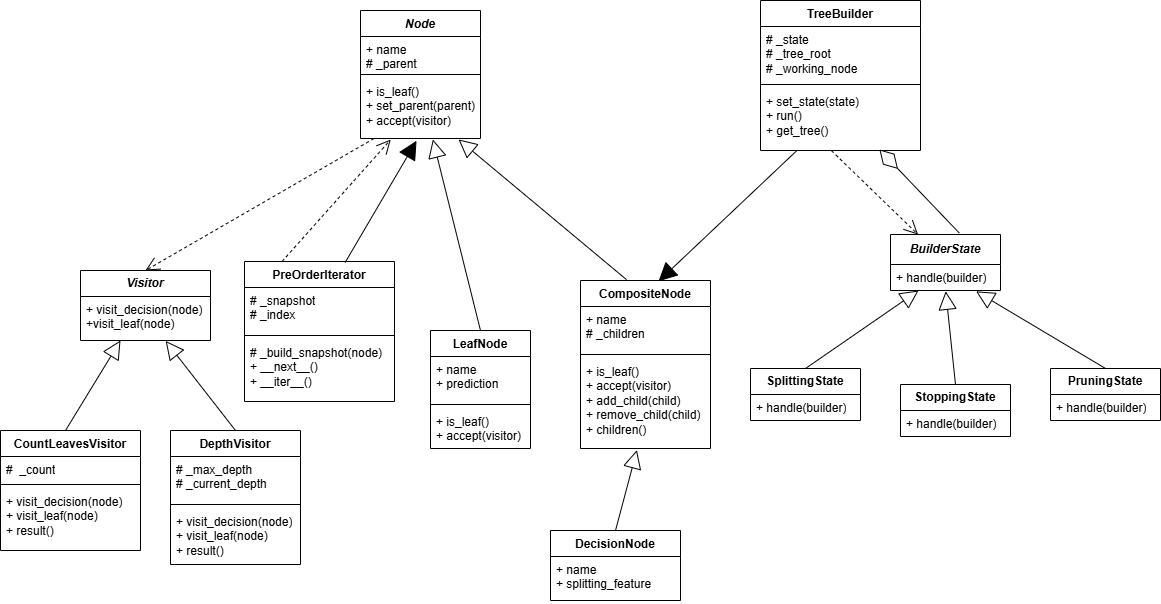
Before: class_diagram.png, a diagram exported from draw.io (LeonardoAleee/DecisionTreeDesignPatterns). Source tidied: cells renumbered, new cells last; positions are measured from the earlier drawing's top-left corner, leaving out a move shared by most shapes.
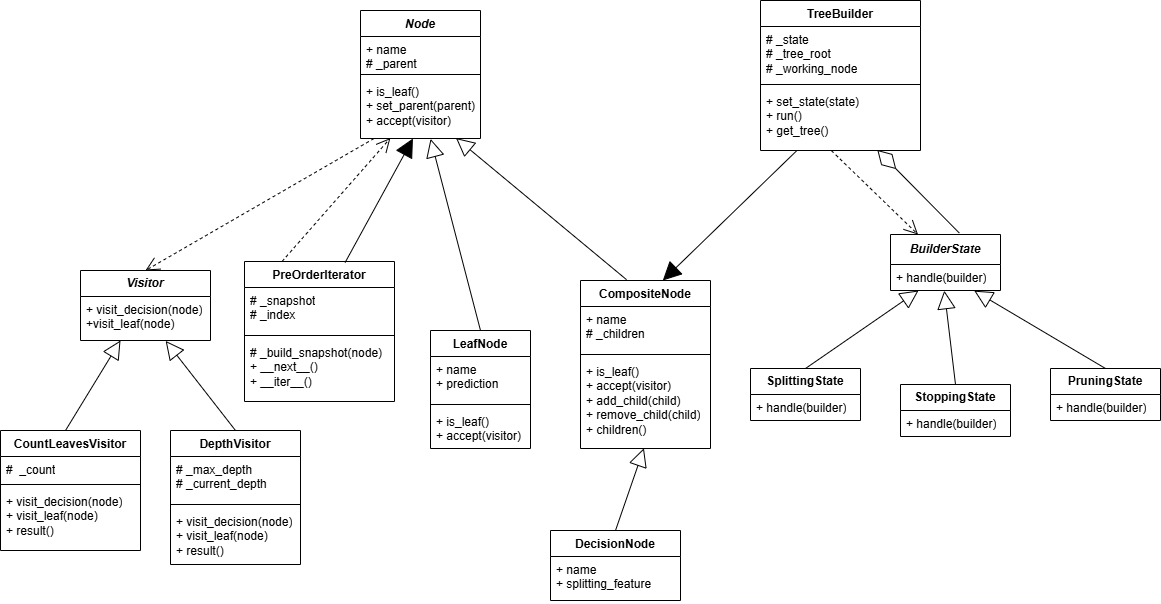
Later version of the same file.

Commit message:
Adjust layout

What changed in the source:
```diff
@@ -35,10 +35,10 @@
     <mxCell id="12" value="&lt;div&gt;#&amp;nbsp;_build_snapshot(node)&lt;/div&gt;+ __next__()&lt;div&gt;+ __iter__()&lt;/div&gt;" style="text;strokeColor=none;fillColor=none;align=left;verticalAlign=top;spacingLeft=4;spacingRight=4;overflow=hidden;whiteSpace=wrap;html=1;" parent="9" vertex="1">
       <mxGeometry y="78" width="150" height="62" as="geometry" />
     </mxCell>
-    <mxCell id="13" style="endArrow=open;endSize=12;dashed=1;html=1;rounded=0;exitX=0.25;exitY=0;exitDx=0;exitDy=0;entryX=0.252;entryY=1.018;entryDx=0;entryDy=0;entryPerimeter=0;" parent="1" edge="1" source="9" target="5">
+    <mxCell id="13" style="endArrow=open;endSize=12;dashed=1;html=1;rounded=0;exitX=0.25;exitY=0;exitDx=0;exitDy=0;entryX=0.249;entryY=0.993;entryDx=0;entryDy=0;entryPerimeter=0;" parent="1" edge="1" source="9" target="5">
       <mxGeometry relative="1" as="geometry" />
     </mxCell>
-    <mxCell id="14" style="endArrow=block;endSize=16;endFill=0;html=1;rounded=0;exitX=0.5;exitY=0;exitDx=0;exitDy=0;entryX=0.603;entryY=1.016;entryDx=0;entryDy=0;entryPerimeter=0;" parent="1" edge="1" source="15" target="5">
+    <mxCell id="14" style="endArrow=block;endSize=16;endFill=0;html=1;rounded=0;exitX=0.5;exitY=0;exitDx=0;exitDy=0;entryX=0.584;entryY=1.006;entryDx=0;entryDy=0;entryPerimeter=0;" parent="1" edge="1" source="15" target="5">
       <mxGeometry relative="1" as="geometry" />
     </mxCell>
     <mxCell id="15" value="LeafNode" style="swimlane;fontStyle=1;align=center;verticalAlign=top;horizontal=1;startSize=26;whiteSpace=wrap;html=1;" parent="1" vertex="1">
@@ -65,7 +65,7 @@
     <mxCell id="22" value="+ is_leaf()&lt;div&gt;+ accept(visitor)&lt;/div&gt;&lt;div&gt;+ add_child(child)&lt;/div&gt;&lt;div&gt;+ remove_child(child)&lt;/div&gt;&lt;div&gt;+ children()&lt;/div&gt;" style="text;strokeColor=none;fillColor=none;align=left;verticalAlign=top;spacingLeft=4;spacingRight=4;overflow=hidden;points=[[0,0.5],[1,0.5]];portConstraint=eastwest;whiteSpace=wrap;html=1;" parent="19" vertex="1">
       <mxGeometry y="78" width="130" height="90" as="geometry" />
     </mxCell>
-    <mxCell id="23" style="endArrow=block;endSize=16;endFill=0;html=1;rounded=0;exitX=0.354;exitY=-0.005;exitDx=0;exitDy=0;entryX=0.817;entryY=1.016;entryDx=0;entryDy=0;entryPerimeter=0;exitPerimeter=0;" parent="1" edge="1" source="19" target="5">
+    <mxCell id="23" style="endArrow=block;endSize=16;endFill=0;html=1;rounded=0;exitX=0.354;exitY=-0.005;exitDx=0;exitDy=0;exitPerimeter=0;entryX=0.796;entryY=0.993;entryDx=0;entryDy=0;entryPerimeter=0;" parent="1" edge="1" source="19" target="5">
       <mxGeometry relative="1" as="geometry" />
     </mxCell>
     <mxCell id="24" value="&lt;b&gt;&lt;i&gt;BuilderState&lt;/i&gt;&lt;/b&gt;" style="swimlane;fontStyle=0;horizontal=1;startSize=30;fillColor=none;whiteSpace=wrap;html=1;" parent="1" vertex="1">
@@ -92,13 +92,13 @@
     <mxCell id="31" value="+ handle(builder)" style="text;strokeColor=none;fillColor=none;align=left;verticalAlign=top;spacingLeft=4;spacingRight=4;overflow=hidden;whiteSpace=wrap;html=1;" parent="30" vertex="1">
       <mxGeometry y="26" width="110" height="26" as="geometry" />
     </mxCell>
-    <mxCell id="32" style="endArrow=block;endSize=16;endFill=0;html=1;rounded=0;exitX=0.5;exitY=0;exitDx=0;exitDy=0;entryX=0.502;entryY=1.031;entryDx=0;entryDy=0;entryPerimeter=0;" parent="1" edge="1" source="28" target="25">
+    <mxCell id="32" style="endArrow=block;endSize=16;endFill=0;html=1;rounded=0;exitX=0.5;exitY=0;exitDx=0;exitDy=0;entryX=0.489;entryY=1.007;entryDx=0;entryDy=0;entryPerimeter=0;" parent="1" edge="1" source="28" target="25">
       <mxGeometry relative="1" as="geometry" />
     </mxCell>
     <mxCell id="33" style="endArrow=block;endSize=16;endFill=0;html=1;rounded=0;exitX=0.5;exitY=0;exitDx=0;exitDy=0;entryX=0.255;entryY=1;entryDx=0;entryDy=0;entryPerimeter=0;" parent="1" edge="1" source="26" target="25">
       <mxGeometry relative="1" as="geometry" />
     </mxCell>
-    <mxCell id="34" style="endArrow=block;endSize=16;endFill=0;html=1;rounded=0;exitX=0.5;exitY=0;exitDx=0;exitDy=0;entryX=0.778;entryY=1.031;entryDx=0;entryDy=0;entryPerimeter=0;" parent="1" edge="1" source="30" target="25">
+    <mxCell id="34" style="endArrow=block;endSize=16;endFill=0;html=1;rounded=0;exitX=0.5;exitY=0;exitDx=0;exitDy=0;entryX=0.761;entryY=1.007;entryDx=0;entryDy=0;entryPerimeter=0;" parent="1" edge="1" source="30" target="25">
       <mxGeometry relative="1" as="geometry" />
     </mxCell>
     <mxCell id="35" value="DecisionNode" style="swimlane;fontStyle=1;align=center;verticalAlign=top;horizontal=1;startSize=26;whiteSpace=wrap;html=1;" parent="1" vertex="1">
@@ -107,7 +107,7 @@
     <mxCell id="36" value="+ name&lt;div&gt;+ splitting_feature&lt;/div&gt;" style="text;strokeColor=none;fillColor=none;align=left;verticalAlign=top;spacingLeft=4;spacingRight=4;overflow=hidden;whiteSpace=wrap;html=1;" parent="35" vertex="1">
       <mxGeometry y="26" width="130" height="44" as="geometry" />
     </mxCell>
-    <mxCell id="37" style="endArrow=block;endSize=16;endFill=0;html=1;rounded=0;exitX=0.5;exitY=0;exitDx=0;exitDy=0;entryX=0.434;entryY=1.018;entryDx=0;entryDy=0;entryPerimeter=0;" parent="1" edge="1" source="35" target="22">
+    <mxCell id="37" style="endArrow=block;endSize=16;endFill=0;html=1;rounded=0;exitX=0.5;exitY=0;exitDx=0;exitDy=0;entryX=0.488;entryY=0.997;entryDx=0;entryDy=0;entryPerimeter=0;" parent="1" edge="1" source="35" target="22">
       <mxGeometry relative="1" as="geometry" />
     </mxCell>
     <mxCell id="38" style="endArrow=block;endSize=16;endFill=0;html=1;rounded=0;exitX=0.5;exitY=0;exitDx=0;exitDy=0;" parent="1" edge="1">
@@ -133,16 +133,16 @@
     <mxCell id="43" value="+ set_state(state)&lt;div&gt;+ run()&lt;/div&gt;&lt;div&gt;+ get_tree()&lt;/div&gt;" style="text;strokeColor=none;fillColor=none;align=left;verticalAlign=top;spacingLeft=4;spacingRight=4;overflow=hidden;points=[[0,0.5],[1,0.5]];portConstraint=eastwest;whiteSpace=wrap;html=1;" parent="40" vertex="1">
       <mxGeometry y="88" width="160" height="62" as="geometry" />
     </mxCell>
-    <mxCell id="44" style="endArrow=block;endSize=16;endFill=1;html=1;rounded=0;exitX=0.227;exitY=1.002;exitDx=0;exitDy=0;strokeColor=default;flowAnimation=0;shadow=0;exitPerimeter=0;entryX=0.6;entryY=0.005;entryDx=0;entryDy=0;entryPerimeter=0;" parent="1" edge="1" source="43" target="19">
+    <mxCell id="44" style="endArrow=block;endSize=16;endFill=1;html=1;rounded=0;exitX=0.227;exitY=1.002;exitDx=0;exitDy=0;strokeColor=default;flowAnimation=0;shadow=0;exitPerimeter=0;entryX=0.633;entryY=0;entryDx=0;entryDy=0;entryPerimeter=0;" parent="1" edge="1" source="43" target="19">
       <mxGeometry relative="1" as="geometry" />
     </mxCell>
-    <mxCell id="45" style="endArrow=block;endSize=16;endFill=1;html=1;rounded=0;exitX=0.671;exitY=0.007;exitDx=0;exitDy=0;strokeColor=default;flowAnimation=0;shadow=0;exitPerimeter=0;entryX=0.467;entryY=1.038;entryDx=0;entryDy=0;entryPerimeter=0;" parent="1" edge="1" source="9" target="5">
+    <mxCell id="45" style="endArrow=block;endSize=16;endFill=1;html=1;rounded=0;exitX=0.671;exitY=0.007;exitDx=0;exitDy=0;strokeColor=default;flowAnimation=0;shadow=0;exitPerimeter=0;entryX=0.437;entryY=1;entryDx=0;entryDy=0;entryPerimeter=0;" parent="1" edge="1" source="9" target="5">
       <mxGeometry relative="1" as="geometry" />
     </mxCell>
     <mxCell id="46" style="endArrow=open;endSize=12;dashed=1;html=1;rounded=0;exitX=0.443;exitY=1.002;exitDx=0;exitDy=0;exitPerimeter=0;entryX=0.25;entryY=0;entryDx=0;entryDy=0;" parent="1" edge="1" source="43" target="24">
       <mxGeometry relative="1" as="geometry" />
     </mxCell>
-    <mxCell id="47" style="endArrow=diamondThin;endFill=0;endSize=24;html=1;rounded=0;entryX=0.743;entryY=0.983;entryDx=0;entryDy=0;entryPerimeter=0;exitX=0.626;exitY=-0.025;exitDx=0;exitDy=0;exitPerimeter=0;" parent="1" edge="1" source="24" target="43">
+    <mxCell id="47" style="endArrow=diamondThin;endFill=0;endSize=24;html=1;rounded=0;entryX=0.73;entryY=0.991;entryDx=0;entryDy=0;entryPerimeter=0;exitX=0.626;exitY=-0.025;exitDx=0;exitDy=0;exitPerimeter=0;" parent="1" edge="1" source="24" target="43">
       <mxGeometry relative="1" as="geometry" />
     </mxCell>
     <mxCell id="48" value="DepthVisitor" style="swimlane;fontStyle=1;align=center;verticalAlign=top;horizontal=1;startSize=26;whiteSpace=wrap;html=1;" parent="1" vertex="1">
```
